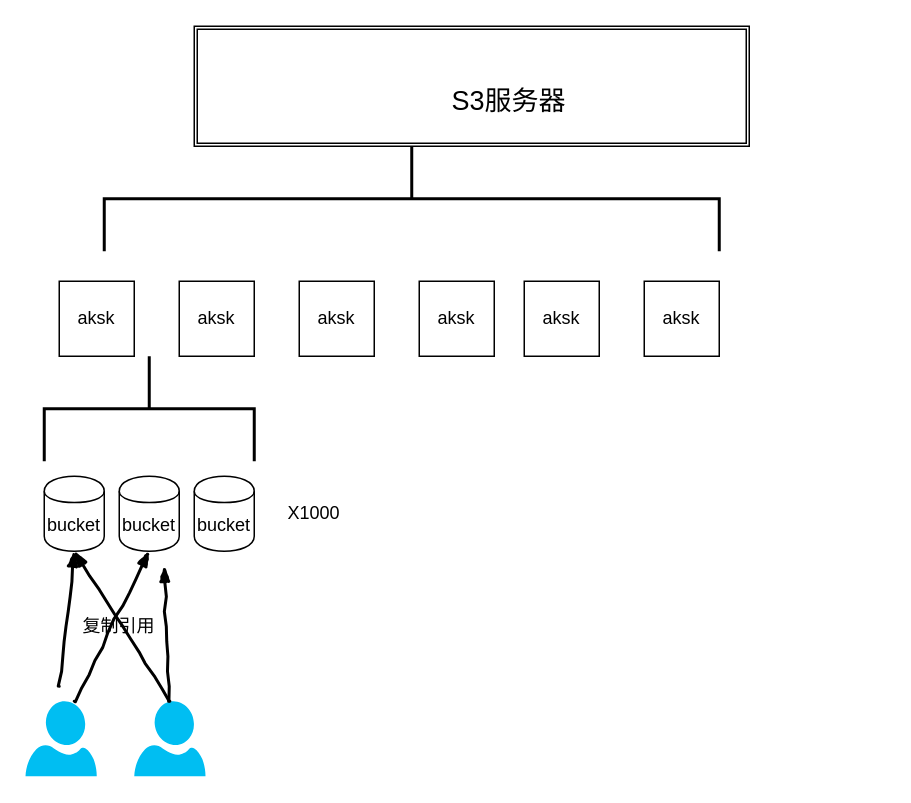
The draw.io diagram 存储.drawio in wydhit/book, before the edit. Source tidied: cells renumbered, new cells numbered last; positions are measured from the earlier drawing's top-left corner, leaving out a move shared by most shapes. Both pictures are drawn from the tidied source at 150%, with x=0, y=0 at pixel (26, -110).
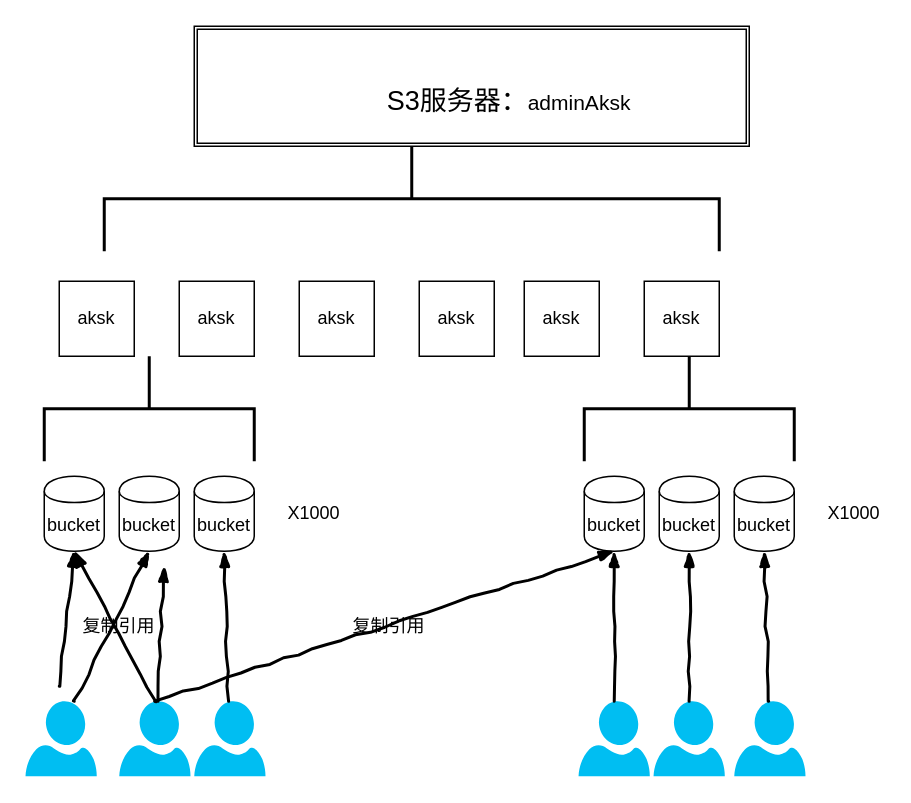
Above is the later version.

Unchanged cells that the change refers to:
```xml
<mxCell id="12" value="bucket" style="shape=cylinder;whiteSpace=wrap;html=1;boundedLbl=1;backgroundOutline=1;" parent="1" vertex="1">
  <mxGeometry x="112" y="390" width="40" height="50" as="geometry" />
</mxCell>
```

Diff of the diagram source:
```diff
@@
-    <mxCell id="3" value="&lt;font style=&quot;font-size: 18px&quot;&gt;S3服务器&lt;/font&gt;" style="text;html=1;strokeColor=none;fillColor=none;align=center;verticalAlign=middle;whiteSpace=wrap;rounded=0;" parent="1" vertex="1">
+    <mxCell id="3" value="&lt;font style=&quot;font-size: 18px&quot;&gt;S3服务器：&lt;/font&gt;&lt;font style=&quot;font-size: 14px&quot;&gt;adminAksk&lt;/font&gt;" style="text;html=1;strokeColor=none;fillColor=none;align=center;verticalAlign=middle;whiteSpace=wrap;rounded=0;" parent="1" vertex="1">
       <mxGeometry x="232" y="130" width="180" height="20" as="geometry" />
     </mxCell>
@@
     <mxCell id="19" style="verticalLabelPosition=bottom;html=1;verticalAlign=top;align=center;strokeColor=none;fillColor=#00BEF2;shape=mxgraph.azure.user;" parent="1" vertex="1">
-      <mxGeometry x="72" y="540" width="47.5" height="50" as="geometry" />
+      <mxGeometry x="62" y="540" width="47.5" height="50" as="geometry" />
     </mxCell>
@@
+    <mxCell id="23" value="bucket" style="shape=cylinder;whiteSpace=wrap;html=1;boundedLbl=1;backgroundOutline=1;" parent="1" vertex="1">
+      <mxGeometry x="372" y="390" width="40" height="50" as="geometry" />
+    </mxCell>
+    <mxCell id="24" value="bucket" style="shape=cylinder;whiteSpace=wrap;html=1;boundedLbl=1;backgroundOutline=1;" parent="1" vertex="1">
+      <mxGeometry x="422" y="390" width="40" height="50" as="geometry" />
+    </mxCell>
+    <mxCell id="25" value="bucket" style="shape=cylinder;whiteSpace=wrap;html=1;boundedLbl=1;backgroundOutline=1;" parent="1" vertex="1">
+      <mxGeometry x="472" y="390" width="40" height="50" as="geometry" />
+    </mxCell>
+    <mxCell id="26" value="X1000" style="text;html=1;strokeColor=none;fillColor=none;align=center;verticalAlign=middle;whiteSpace=wrap;rounded=0;" parent="1" vertex="1">
+      <mxGeometry x="532" y="405" width="40" height="20" as="geometry" />
+    </mxCell>
+    <mxCell id="27" style="strokeWidth=2;html=1;shape=mxgraph.flowchart.annotation_2;align=left;labelPosition=right;rotation=90;" parent="1" vertex="1">
+      <mxGeometry x="407" y="275" width="70" height="140" as="geometry" />
+    </mxCell>
+    <mxCell id="28" style="verticalLabelPosition=bottom;html=1;verticalAlign=top;align=center;strokeColor=none;fillColor=#00BEF2;shape=mxgraph.azure.user;" parent="1" vertex="1">
+      <mxGeometry x="368.2" y="540" width="47.5" height="50" as="geometry" />
+    </mxCell>
+    <mxCell id="29" style="rounded=0;comic=1;strokeWidth=2;endArrow=blockThin;html=1;fontFamily=Comic Sans MS;fontStyle=1;entryX=0.5;entryY=1;entryDx=0;entryDy=0;exitX=0.5;exitY=0;exitDx=0;exitDy=0;exitPerimeter=0;" parent="1" edge="1" source="28" target="23">
+      <mxGeometry relative="1" as="geometry" />
+    </mxCell>
+    <mxCell id="30" style="rounded=0;comic=1;strokeWidth=2;endArrow=blockThin;html=1;fontFamily=Comic Sans MS;fontStyle=1;entryX=0.5;entryY=1;entryDx=0;entryDy=0;exitX=0.5;exitY=0;exitDx=0;exitDy=0;exitPerimeter=0;" parent="1" edge="1" source="19" target="23">
+      <mxGeometry relative="1" as="geometry" />
+    </mxCell>
+    <mxCell id="31" value="复制引用" style="text;html=1;strokeColor=none;fillColor=none;align=center;verticalAlign=middle;whiteSpace=wrap;rounded=0;" parent="1" vertex="1">
+      <mxGeometry x="212" y="480" width="60" height="20" as="geometry" />
+    </mxCell>
+    <mxCell id="32" style="verticalLabelPosition=bottom;html=1;verticalAlign=top;align=center;strokeColor=none;fillColor=#00BEF2;shape=mxgraph.azure.user;" parent="1" vertex="1">
+      <mxGeometry x="418.2" y="540" width="47.5" height="50" as="geometry" />
+    </mxCell>
+    <mxCell id="33" style="verticalLabelPosition=bottom;html=1;verticalAlign=top;align=center;strokeColor=none;fillColor=#00BEF2;shape=mxgraph.azure.user;" parent="1" vertex="1">
+      <mxGeometry x="472" y="540" width="47.5" height="50" as="geometry" />
+    </mxCell>
+    <mxCell id="34" style="rounded=0;comic=1;strokeWidth=2;endArrow=blockThin;html=1;fontFamily=Comic Sans MS;fontStyle=1;entryX=0.5;entryY=1;entryDx=0;entryDy=0;exitX=0.5;exitY=0;exitDx=0;exitDy=0;exitPerimeter=0;" parent="1" edge="1" source="32" target="24">
+      <mxGeometry relative="1" as="geometry" />
+    </mxCell>
+    <mxCell id="35" style="rounded=0;comic=1;strokeWidth=2;endArrow=blockThin;html=1;fontFamily=Comic Sans MS;fontStyle=1;entryX=0.5;entryY=1;entryDx=0;entryDy=0;" parent="1" edge="1" source="33" target="25">
+      <mxGeometry relative="1" as="geometry" />
+    </mxCell>
+    <mxCell id="36" style="verticalLabelPosition=bottom;html=1;verticalAlign=top;align=center;strokeColor=none;fillColor=#00BEF2;shape=mxgraph.azure.user;" parent="1" vertex="1">
+      <mxGeometry x="112" y="540" width="47.5" height="50" as="geometry" />
+    </mxCell>
+    <mxCell id="37" style="rounded=0;comic=1;strokeWidth=2;endArrow=blockThin;html=1;fontFamily=Comic Sans MS;fontStyle=1;entryX=0.5;entryY=1;entryDx=0;entryDy=0;" parent="1" edge="1" source="36" target="12">
+      <mxGeometry relative="1" as="geometry" />
+    </mxCell>
```
